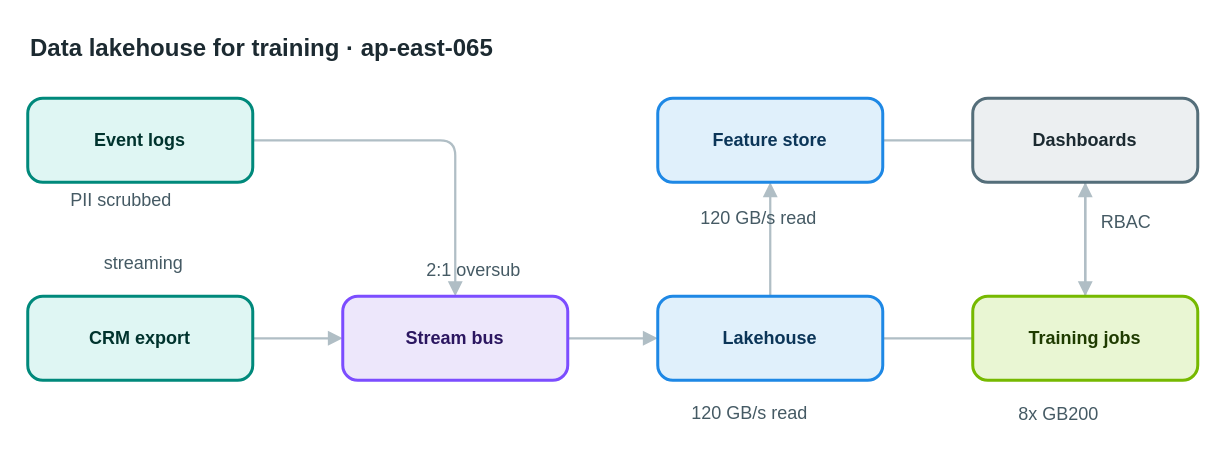
This is apps/web/public/samples/library/065-data-lakehouse-for-training.drawio from AryanG01/open-apprentice, a draw.io file, before an edit. Source tidied: cells renumbered, new cells numbered last; positions are measured from the earlier drawing's top-left corner, leaving out a move shared by most shapes. Both pictures are drawn from the tidied source at 150%, with x=0, y=0 at pixel (27, 26).
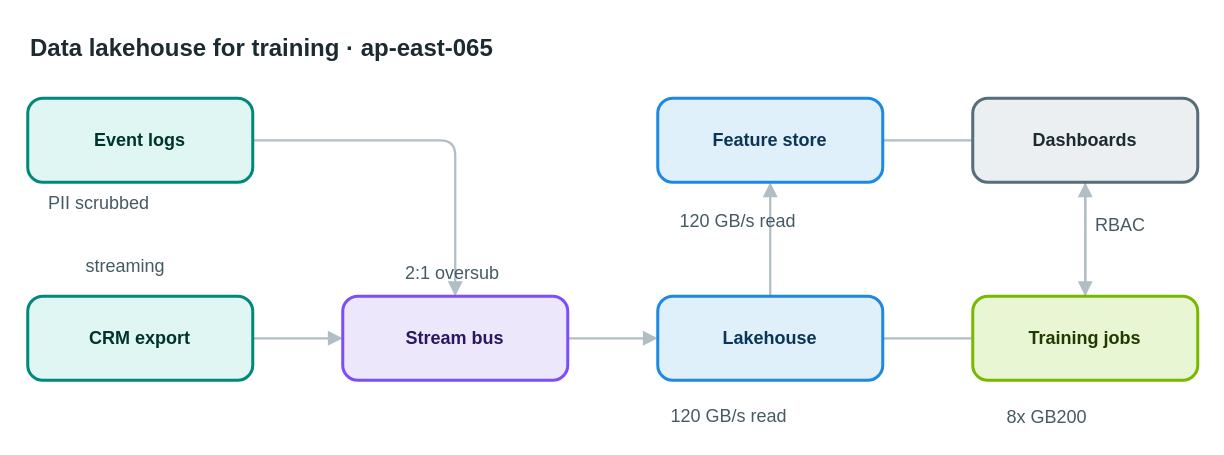
After the change.

Diff of the diagram source:
```diff
@@
-    <mxCell id="16" value="PII scrubbed" style="text;html=1;align=center;verticalAlign=middle;whiteSpace=nowrap;strokeColor=none;fillColor=none;fontSize=12;fontColor=#455a64;" parent="1" vertex="1">
+    <mxCell id="16" value="PII scrubbed" style="text;html=1;align=left;verticalAlign=top;whiteSpace=nowrap;spacing=0;spacingTop=0;strokeColor=none;fillColor=none;fontSize=12;fontColor=#455a64;" parent="1" vertex="1">
       <mxGeometry x="14" y="106" width="96" height="20" as="geometry" />
     </mxCell>
-    <mxCell id="17" value="streaming" style="text;html=1;align=center;verticalAlign=middle;whiteSpace=nowrap;strokeColor=none;fillColor=none;fontSize=12;fontColor=#455a64;" parent="1" vertex="1">
+    <mxCell id="17" value="streaming" style="text;html=1;align=left;verticalAlign=top;whiteSpace=nowrap;spacing=0;spacingTop=0;strokeColor=none;fillColor=none;fontSize=12;fontColor=#455a64;" parent="1" vertex="1">
       <mxGeometry x="39" y="148" width="75" height="20" as="geometry" />
     </mxCell>
-    <mxCell id="18" value="2:1 oversub" style="text;html=1;align=center;verticalAlign=middle;whiteSpace=nowrap;strokeColor=none;fillColor=none;fontSize=12;fontColor=#455a64;" parent="1" vertex="1">
+    <mxCell id="18" value="2:1 oversub" style="text;html=1;align=left;verticalAlign=top;whiteSpace=nowrap;spacing=0;spacingTop=0;strokeColor=none;fillColor=none;fontSize=12;fontColor=#455a64;" parent="1" vertex="1">
       <mxGeometry x="252" y="153" width="89" height="20" as="geometry" />
     </mxCell>
-    <mxCell id="19" value="120 GB/s read" style="text;html=1;align=center;verticalAlign=middle;whiteSpace=nowrap;strokeColor=none;fillColor=none;fontSize=12;fontColor=#455a64;" parent="1" vertex="1">
+    <mxCell id="19" value="120 GB/s read" style="text;html=1;align=left;verticalAlign=top;whiteSpace=nowrap;spacing=0;spacingTop=0;strokeColor=none;fillColor=none;fontSize=12;fontColor=#455a64;" parent="1" vertex="1">
       <mxGeometry x="429" y="248" width="103" height="20" as="geometry" />
     </mxCell>
-    <mxCell id="20" value="120 GB/s read" style="text;html=1;align=center;verticalAlign=middle;whiteSpace=nowrap;strokeColor=none;fillColor=none;fontSize=12;fontColor=#455a64;" parent="1" vertex="1">
+    <mxCell id="20" value="120 GB/s read" style="text;html=1;align=left;verticalAlign=top;whiteSpace=nowrap;spacing=0;spacingTop=0;strokeColor=none;fillColor=none;fontSize=12;fontColor=#455a64;" parent="1" vertex="1">
       <mxGeometry x="435" y="118" width="103" height="20" as="geometry" />
     </mxCell>
-    <mxCell id="21" value="8x GB200" style="text;html=1;align=center;verticalAlign=middle;whiteSpace=nowrap;strokeColor=none;fillColor=none;fontSize=12;fontColor=#455a64;" parent="1" vertex="1">
+    <mxCell id="21" value="8x GB200" style="text;html=1;align=left;verticalAlign=top;whiteSpace=nowrap;spacing=0;spacingTop=0;strokeColor=none;fillColor=none;fontSize=12;fontColor=#455a64;" parent="1" vertex="1">
       <mxGeometry x="653" y="249" width="68" height="20" as="geometry" />
     </mxCell>
-    <mxCell id="22" value="RBAC" style="text;html=1;align=center;verticalAlign=middle;whiteSpace=nowrap;strokeColor=none;fillColor=none;fontSize=12;fontColor=#455a64;" parent="1" vertex="1">
+    <mxCell id="22" value="RBAC" style="text;html=1;align=left;verticalAlign=top;whiteSpace=nowrap;spacing=0;spacingTop=0;strokeColor=none;fillColor=none;fontSize=12;fontColor=#455a64;" parent="1" vertex="1">
       <mxGeometry x="712" y="121" width="40" height="20" as="geometry" />
     </mxCell>
```
